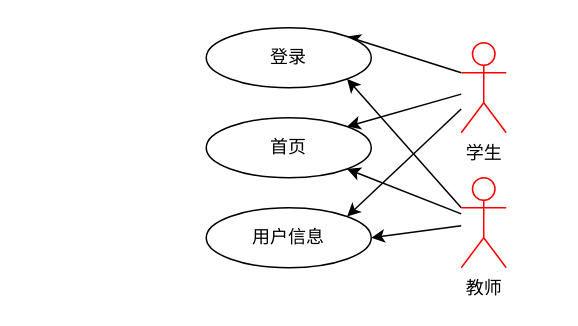
The draw.io diagram ml_case_temp.drawio in azuma1024/drawio, before the edit. Source tidied: cells renumbered, new cells numbered last; positions are measured from the earlier drawing's top-left corner, leaving out a move shared by most shapes. Both pictures are drawn from the tidied source at 150%, with x=0, y=0 at pixel (206, 27).
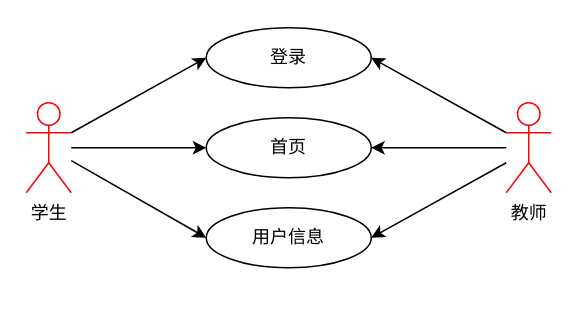
Above is the later version.

Change to the diagram source:
```diff
@@
 <mxGraphModel>
   <root>
     <mxCell id="0" />
     <mxCell id="1" parent="0" />
-    <mxCell id="2" style="rounded=0;jettySize=auto;html=1;exitX=0;exitY=0.3333333333333333;exitDx=0;exitDy=0;exitPerimeter=0;entryX=1;entryY=0;entryDx=0;entryDy=0;" parent="1" edge="1" source="5" target="10">
+    <mxCell id="2" style="rounded=0;jettySize=auto;html=1;exitX=1;exitY=0.3333333333333333;exitDx=0;exitDy=0;exitPerimeter=0;entryX=0;entryY=0.5;entryDx=0;entryDy=0;" parent="1" edge="1" source="5" target="10">
       <mxGeometry relative="1" as="geometry" />
     </mxCell>
-    <mxCell id="3" style="rounded=0;jettySize=auto;html=1;entryX=1;entryY=0;entryDx=0;entryDy=0;" parent="1" edge="1" source="5" target="12">
+    <mxCell id="3" style="rounded=0;jettySize=auto;html=1;entryX=0;entryY=0.5;entryDx=0;entryDy=0;" parent="1" edge="1" source="5" target="12">
       <mxGeometry relative="1" as="geometry" />
     </mxCell>
-    <mxCell id="4" style="rounded=0;jettySize=auto;html=1;entryX=1;entryY=0;entryDx=0;entryDy=0;" parent="1" edge="1" source="5" target="11">
+    <mxCell id="4" style="rounded=0;jettySize=auto;html=1;entryX=0;entryY=0.5;entryDx=0;entryDy=0;" parent="1" edge="1" source="5" target="11">
       <mxGeometry relative="1" as="geometry" />
     </mxCell>
     <mxCell id="5" value="学生" style="shape=umlActor;verticalLabelPosition=bottom;verticalAlign=top;html=1;outlineConnect=0;strokeColor=#FF0000;" parent="1" vertex="1">
-      <mxGeometry x="170" y="10" width="30" height="60" as="geometry" />
+      <mxGeometry x="-120" y="50" width="30" height="60" as="geometry" />
     </mxCell>
-    <mxCell id="6" style="rounded=0;jettySize=auto;html=1;entryX=1;entryY=1;entryDx=0;entryDy=0;exitX=0;exitY=0.3333333333333333;exitDx=0;exitDy=0;exitPerimeter=0;" parent="1" edge="1" source="9" target="10">
+    <mxCell id="6" style="rounded=0;jettySize=auto;html=1;entryX=1;entryY=0.5;entryDx=0;entryDy=0;exitX=0;exitY=0.3333333333333333;exitDx=0;exitDy=0;exitPerimeter=0;" parent="1" edge="1" source="9" target="10">
       <mxGeometry relative="1" as="geometry" />
     </mxCell>
-    <mxCell id="7" style="rounded=0;jettySize=auto;html=1;entryX=1;entryY=0.5;entryDx=0;entryDy=0;" parent="1" edge="1" source="9" target="11">
-      <mxGeometry relative="1" as="geometry" />
+    <mxCell id="7" style="rounded=0;jettySize=auto;html=1;entryX=1;entryY=0.5;entryDx=0;entryDy=0;" parent="1" edge="1" target="11">
+      <mxGeometry relative="1" as="geometry">
+        <mxPoint x="200" y="90" as="sourcePoint" />
+      </mxGeometry>
     </mxCell>
-    <mxCell id="8" style="rounded=0;jettySize=auto;html=1;entryX=1;entryY=1;entryDx=0;entryDy=0;" parent="1" edge="1" source="9" target="12">
+    <mxCell id="8" style="rounded=0;jettySize=auto;html=1;entryX=1;entryY=0.5;entryDx=0;entryDy=0;" parent="1" edge="1" source="9" target="12">
       <mxGeometry relative="1" as="geometry" />
     </mxCell>
     <mxCell id="9" value="教师" style="shape=umlActor;verticalLabelPosition=bottom;verticalAlign=top;html=1;outlineConnect=0;strokeColor=#FF0000;" parent="1" vertex="1">
-      <mxGeometry x="170" y="100" width="30" height="60" as="geometry" />
+      <mxGeometry x="200" y="50" width="30" height="60" as="geometry" />
     </mxCell>
     <mxCell id="10" value="登录" style="ellipse;whiteSpace=wrap;html=1;" parent="1" vertex="1">
       <mxGeometry width="110" height="40" as="geometry" />
     </mxCell>
     <mxCell id="11" value="用户信息" style="ellipse;whiteSpace=wrap;html=1;" parent="1" vertex="1">
       <mxGeometry y="120" width="110" height="40" as="geometry" />
     </mxCell>
     <mxCell id="12" value="首页" style="ellipse;whiteSpace=wrap;html=1;" parent="1" vertex="1">
       <mxGeometry y="60" width="110" height="40" as="geometry" />
     </mxCell>
   </root>
 </mxGraphModel>
```
